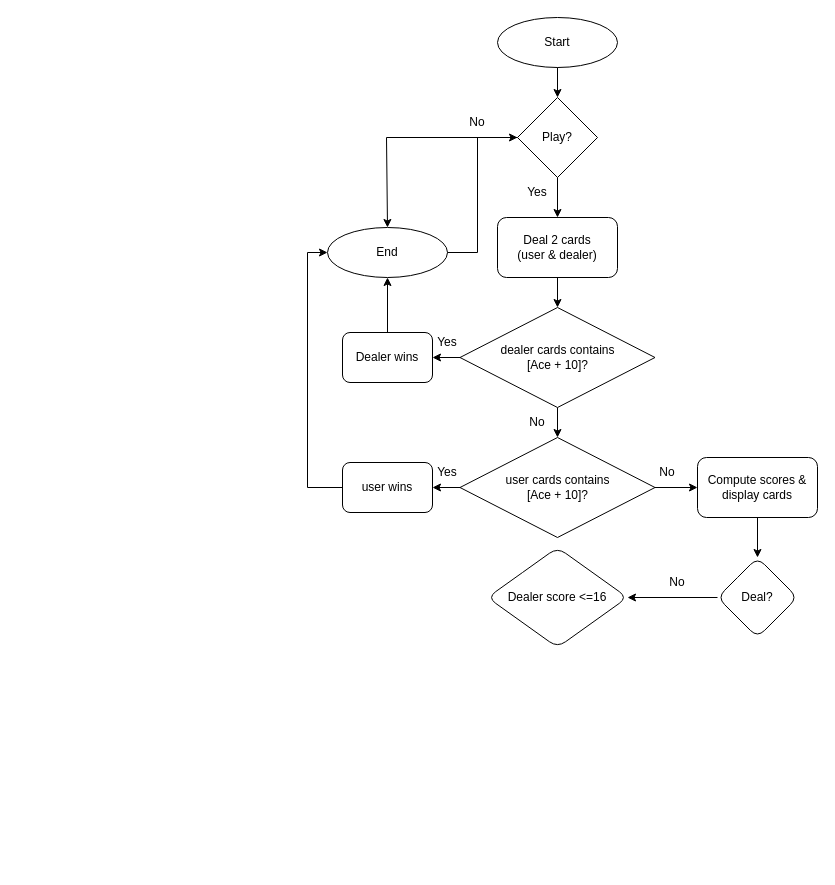
gloryodeyemi/100daysOfPython keeps this draw.io diagram as Day11/Materials/Blackjack.drawio. Above is the earlier version. Source tidied: cells renumbered, new cells numbered last; positions are measured from the earlier drawing's top-left corner, leaving out a move shared by most shapes. Both pictures are drawn from the tidied source at 100%, with x=0, y=0 at pixel (307, 17).
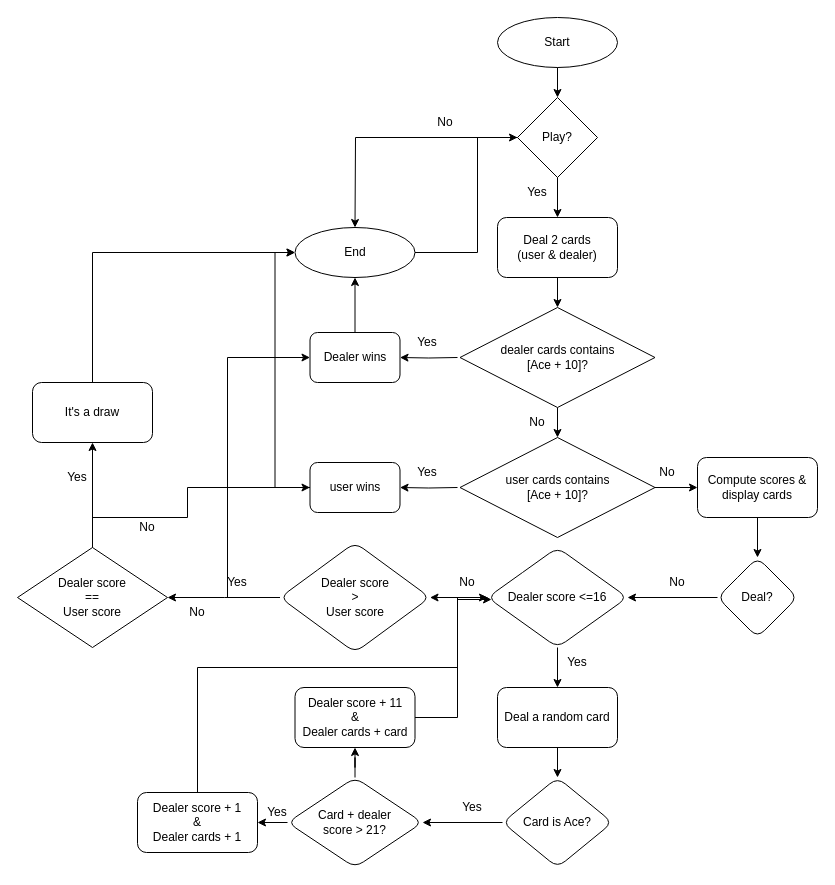
The same diagram, later.

Unchanged cells that the change refers to:
```xml
<mxCell id="3" value="Play?" style="rhombus;whiteSpace=wrap;html=1;" parent="1" vertex="1">
  <mxGeometry x="210" y="80" width="80" height="80" as="geometry" />
</mxCell>
<mxCell id="13" value="dealer cards contains&lt;br&gt;[Ace + 10]?" style="rhombus;whiteSpace=wrap;html=1;" parent="1" vertex="1">
  <mxGeometry x="152.5" y="290" width="195" height="100" as="geometry" />
</mxCell>
<mxCell id="20" value="user cards contains&lt;br&gt;[Ace + 10]?" style="rhombus;whiteSpace=wrap;html=1;" parent="1" vertex="1">
  <mxGeometry x="152.5" y="420" width="195" height="100" as="geometry" />
</mxCell>
<mxCell id="31" value="Dealer score &amp;lt;=16" style="rhombus;whiteSpace=wrap;html=1;rounded=1;" parent="1" vertex="1">
  <mxGeometry x="180" y="530" width="140" height="100" as="geometry" />
</mxCell>
```

What changed in the source:
```diff
@@
     <mxCell id="4" value="End" style="ellipse;whiteSpace=wrap;html=1;" parent="1" vertex="1">
-      <mxGeometry x="20" y="210" width="120" height="50" as="geometry" />
+      <mxGeometry x="-12.5" y="210" width="120" height="50" as="geometry" />
     </mxCell>
     <mxCell id="5" style="endArrow=classic;html=1;rounded=0;exitX=0;exitY=0.5;exitDx=0;exitDy=0;entryX=0.5;entryY=0;entryDx=0;entryDy=0;" parent="1" edge="1" source="3" target="4">
       <mxGeometry relative="1" as="geometry">
         <Array as="points">
-          <mxPoint x="79" y="120" />
+          <mxPoint x="48" y="120" />
         </Array>
       </mxGeometry>
     </mxCell>
     <mxCell id="6" value="No" style="text;html=1;strokeColor=none;fillColor=none;align=center;verticalAlign=middle;whiteSpace=wrap;rounded=0;" parent="1" vertex="1">
-      <mxGeometry x="140" y="90" width="60" height="30" as="geometry" />
+      <mxGeometry x="107.5" y="90" width="60" height="30" as="geometry" />
     </mxCell>
@@
-    <mxCell id="11" style="edgeStyle=orthogonalEdgeStyle;rounded=0;jettySize=auto;html=1;" parent="1" edge="1" source="13" target="14">
-      <mxGeometry relative="1" as="geometry" />
+    <mxCell id="11" style="edgeStyle=orthogonalEdgeStyle;rounded=0;jettySize=auto;html=1;" parent="1" edge="1" target="14">
+      <mxGeometry relative="1" as="geometry">
+        <mxPoint x="150" y="340" as="sourcePoint" />
+      </mxGeometry>
     </mxCell>
@@
     <mxCell id="14" value="Dealer wins" style="rounded=1;whiteSpace=wrap;html=1;" parent="1" vertex="1">
-      <mxGeometry x="35" y="315" width="90" height="50" as="geometry" />
+      <mxGeometry x="2.5" y="315" width="90" height="50" as="geometry" />
     </mxCell>
@@
     <mxCell id="16" value="Yes" style="text;html=1;strokeColor=none;fillColor=none;align=center;verticalAlign=middle;whiteSpace=wrap;rounded=0;" parent="1" vertex="1">
-      <mxGeometry x="110" y="310" width="60" height="30" as="geometry" />
+      <mxGeometry x="90" y="310" width="60" height="30" as="geometry" />
     </mxCell>
@@
-    <mxCell id="18" style="edgeStyle=orthogonalEdgeStyle;rounded=0;jettySize=auto;html=1;" parent="1" edge="1" source="20" target="22">
-      <mxGeometry relative="1" as="geometry" />
+    <mxCell id="18" style="edgeStyle=orthogonalEdgeStyle;rounded=0;jettySize=auto;html=1;" parent="1" edge="1" target="22">
+      <mxGeometry relative="1" as="geometry">
+        <mxPoint x="150" y="470" as="sourcePoint" />
+      </mxGeometry>
     </mxCell>
@@
     <mxCell id="22" value="user wins" style="rounded=1;whiteSpace=wrap;html=1;" parent="1" vertex="1">
-      <mxGeometry x="35" y="445" width="90" height="50" as="geometry" />
+      <mxGeometry x="2.5" y="445" width="90" height="50" as="geometry" />
     </mxCell>
     <mxCell id="23" style="endArrow=classic;html=1;rounded=0;exitX=0;exitY=0.5;exitDx=0;exitDy=0;entryX=0;entryY=0.5;entryDx=0;entryDy=0;" parent="1" edge="1" source="22" target="4">
       <mxGeometry relative="1" as="geometry">
         <Array as="points">
-          <mxPoint y="470" />
-          <mxPoint y="235" />
+          <mxPoint x="-32.5" y="470" />
+          <mxPoint x="-32.5" y="235" />
         </Array>
       </mxGeometry>
     </mxCell>
     <mxCell id="24" value="Yes" style="text;html=1;strokeColor=none;fillColor=none;align=center;verticalAlign=middle;whiteSpace=wrap;rounded=0;" parent="1" vertex="1">
-      <mxGeometry x="110" y="440" width="60" height="30" as="geometry" />
+      <mxGeometry x="90" y="440" width="60" height="30" as="geometry" />
     </mxCell>
@@
+    <mxCell id="33" style="edgeStyle=orthogonalEdgeStyle;rounded=0;jettySize=auto;html=1;" parent="1" edge="1" source="31" target="36">
+      <mxGeometry relative="1" as="geometry" />
+    </mxCell>
+    <mxCell id="34" style="edgeStyle=orthogonalEdgeStyle;rounded=0;jettySize=auto;html=1;exitX=0;exitY=0.5;exitDx=0;exitDy=0;" parent="1" edge="1" source="31" target="48">
+      <mxGeometry relative="1" as="geometry" />
+    </mxCell>
@@
+    <mxCell id="35" style="edgeStyle=orthogonalEdgeStyle;rounded=0;jettySize=auto;html=1;" parent="1" edge="1" source="36" target="38">
+      <mxGeometry relative="1" as="geometry" />
+    </mxCell>
+    <mxCell id="36" value="Deal a random card" style="rounded=1;whiteSpace=wrap;html=1;" parent="1" vertex="1">
+      <mxGeometry x="190" y="670" width="120" height="60" as="geometry" />
+    </mxCell>
+    <mxCell id="37" style="edgeStyle=orthogonalEdgeStyle;rounded=0;jettySize=auto;html=1;exitX=0;exitY=0.5;exitDx=0;exitDy=0;" parent="1" edge="1" source="38" target="41">
+      <mxGeometry relative="1" as="geometry" />
+    </mxCell>
+    <mxCell id="38" value="Card is Ace?" style="rhombus;whiteSpace=wrap;html=1;rounded=1;" parent="1" vertex="1">
+      <mxGeometry x="195" y="760" width="110" height="90" as="geometry" />
+    </mxCell>
+    <mxCell id="39" style="edgeStyle=orthogonalEdgeStyle;rounded=0;jettySize=auto;html=1;" parent="1" edge="1" source="41" target="44">
+      <mxGeometry relative="1" as="geometry" />
+    </mxCell>
+    <mxCell id="40" style="edgeStyle=orthogonalEdgeStyle;rounded=0;jettySize=auto;html=1;" parent="1" edge="1" source="41" target="46">
+      <mxGeometry relative="1" as="geometry" />
+    </mxCell>
+    <mxCell id="41" value="Card + dealer&lt;br&gt;score &amp;gt; 21?" style="rhombus;whiteSpace=wrap;html=1;rounded=1;" parent="1" vertex="1">
+      <mxGeometry x="-20" y="760" width="135" height="90" as="geometry" />
+    </mxCell>
+    <mxCell id="42" value="Yes" style="text;html=1;strokeColor=none;fillColor=none;align=center;verticalAlign=middle;whiteSpace=wrap;rounded=0;" parent="1" vertex="1">
+      <mxGeometry x="240" y="630" width="60" height="30" as="geometry" />
+    </mxCell>
+    <mxCell id="43" value="Yes" style="text;html=1;strokeColor=none;fillColor=none;align=center;verticalAlign=middle;whiteSpace=wrap;rounded=0;" parent="1" vertex="1">
+      <mxGeometry x="135" y="775" width="60" height="30" as="geometry" />
+    </mxCell>
+    <mxCell id="44" value="Dealer score + 1&lt;br&gt;&amp;amp;&lt;br&gt;Dealer cards + 1" style="rounded=1;whiteSpace=wrap;html=1;" parent="1" vertex="1">
+      <mxGeometry x="-170" y="775" width="120" height="60" as="geometry" />
+    </mxCell>
+    <mxCell id="45" value="Yes" style="text;html=1;strokeColor=none;fillColor=none;align=center;verticalAlign=middle;whiteSpace=wrap;rounded=0;" parent="1" vertex="1">
+      <mxGeometry x="-60" y="780" width="60" height="30" as="geometry" />
+    </mxCell>
+    <mxCell id="46" value="Dealer score + 11&lt;br style=&quot;border-color: var(--border-color);&quot;&gt;&amp;amp;&lt;br style=&quot;border-color: var(--border-color);&quot;&gt;Dealer cards + card" style="whiteSpace=wrap;html=1;rounded=1;" parent="1" vertex="1">
+      <mxGeometry x="-12.5" y="670" width="120" height="60" as="geometry" />
+    </mxCell>
+    <mxCell id="47" style="edgeStyle=orthogonalEdgeStyle;rounded=0;jettySize=auto;html=1;" parent="1" edge="1" source="48">
+      <mxGeometry relative="1" as="geometry">
+        <mxPoint x="-140" y="580" as="targetPoint" />
+      </mxGeometry>
+    </mxCell>
+    <mxCell id="48" value="Dealer score&lt;br&gt;&amp;gt;&lt;br&gt;User score" style="rhombus;whiteSpace=wrap;html=1;rounded=1;" parent="1" vertex="1">
+      <mxGeometry x="-27.5" y="525" width="150" height="110" as="geometry" />
+    </mxCell>
+    <mxCell id="49" value="No" style="text;html=1;strokeColor=none;fillColor=none;align=center;verticalAlign=middle;whiteSpace=wrap;rounded=0;" parent="1" vertex="1">
+      <mxGeometry x="130" y="550" width="60" height="30" as="geometry" />
+    </mxCell>
+    <mxCell id="50" style="endArrow=classic;html=1;rounded=0;exitX=0;exitY=0.5;exitDx=0;exitDy=0;entryX=0;entryY=0.5;entryDx=0;entryDy=0;" parent="1" edge="1" source="48" target="14">
+      <mxGeometry relative="1" as="geometry">
+        <Array as="points">
+          <mxPoint x="-80" y="580" />
+          <mxPoint x="-80" y="340" />
+        </Array>
+      </mxGeometry>
+    </mxCell>
+    <mxCell id="51" value="Yes" style="text;html=1;strokeColor=none;fillColor=none;align=center;verticalAlign=middle;whiteSpace=wrap;rounded=0;" parent="1" vertex="1">
+      <mxGeometry x="-100" y="550" width="60" height="30" as="geometry" />
+    </mxCell>
+    <mxCell id="52" style="endArrow=classic;html=1;rounded=0;exitX=1;exitY=0.5;exitDx=0;exitDy=0;entryX=0.9;entryY=1.067;entryDx=0;entryDy=0;entryPerimeter=0;" parent="1" edge="1" source="46" target="49">
+      <mxGeometry relative="1" as="geometry">
+        <Array as="points">
+          <mxPoint x="150" y="700" />
+          <mxPoint x="150" y="582" />
+        </Array>
+      </mxGeometry>
+    </mxCell>
+    <mxCell id="53" style="endArrow=classic;html=1;rounded=0;exitX=0.5;exitY=0;exitDx=0;exitDy=0;" parent="1" edge="1" source="44">
+      <mxGeometry relative="1" as="geometry">
+        <mxPoint x="180" y="580" as="targetPoint" />
+        <Array as="points">
+          <mxPoint x="-110" y="650" />
+          <mxPoint x="150" y="650" />
+          <mxPoint x="150" y="580" />
+        </Array>
+      </mxGeometry>
+    </mxCell>
+    <mxCell id="54" value="No" style="text;html=1;strokeColor=none;fillColor=none;align=center;verticalAlign=middle;whiteSpace=wrap;rounded=0;" parent="1" vertex="1">
+      <mxGeometry x="-140" y="580" width="60" height="30" as="geometry" />
+    </mxCell>
+    <mxCell id="55" style="edgeStyle=orthogonalEdgeStyle;rounded=0;jettySize=auto;html=1;" parent="1" edge="1" source="56" target="57">
+      <mxGeometry relative="1" as="geometry" />
+    </mxCell>
+    <mxCell id="56" value="Dealer score&lt;br style=&quot;border-color: var(--border-color);&quot;&gt;==&lt;br style=&quot;border-color: var(--border-color);&quot;&gt;User score" style="rhombus;whiteSpace=wrap;html=1;" parent="1" vertex="1">
+      <mxGeometry x="-290" y="530" width="150" height="100" as="geometry" />
+    </mxCell>
+    <mxCell id="57" value="It's a draw" style="rounded=1;whiteSpace=wrap;html=1;" parent="1" vertex="1">
+      <mxGeometry x="-275" y="365" width="120" height="60" as="geometry" />
+    </mxCell>
+    <mxCell id="58" style="endArrow=classic;html=1;rounded=0;exitX=0.5;exitY=0;exitDx=0;exitDy=0;entryX=0;entryY=0.5;entryDx=0;entryDy=0;" parent="1" edge="1" source="57" target="4">
+      <mxGeometry relative="1" as="geometry">
+        <Array as="points">
+          <mxPoint x="-215" y="235" />
+        </Array>
+      </mxGeometry>
+    </mxCell>
+    <mxCell id="59" value="Yes" style="text;html=1;strokeColor=none;fillColor=none;align=center;verticalAlign=middle;whiteSpace=wrap;rounded=0;" parent="1" vertex="1">
+      <mxGeometry x="-260" y="445" width="60" height="30" as="geometry" />
+    </mxCell>
+    <mxCell id="60" style="endArrow=classic;html=1;rounded=0;exitX=0.5;exitY=0;exitDx=0;exitDy=0;entryX=0;entryY=0.5;entryDx=0;entryDy=0;" parent="1" edge="1" source="56" target="22">
+      <mxGeometry relative="1" as="geometry">
+        <Array as="points">
+          <mxPoint x="-215" y="500" />
+          <mxPoint x="-120" y="500" />
+          <mxPoint x="-120" y="470" />
+        </Array>
+      </mxGeometry>
+    </mxCell>
+    <mxCell id="61" value="No" style="text;html=1;strokeColor=none;fillColor=none;align=center;verticalAlign=middle;whiteSpace=wrap;rounded=0;" parent="1" vertex="1">
+      <mxGeometry x="-190" y="495" width="60" height="30" as="geometry" />
+    </mxCell>
```
